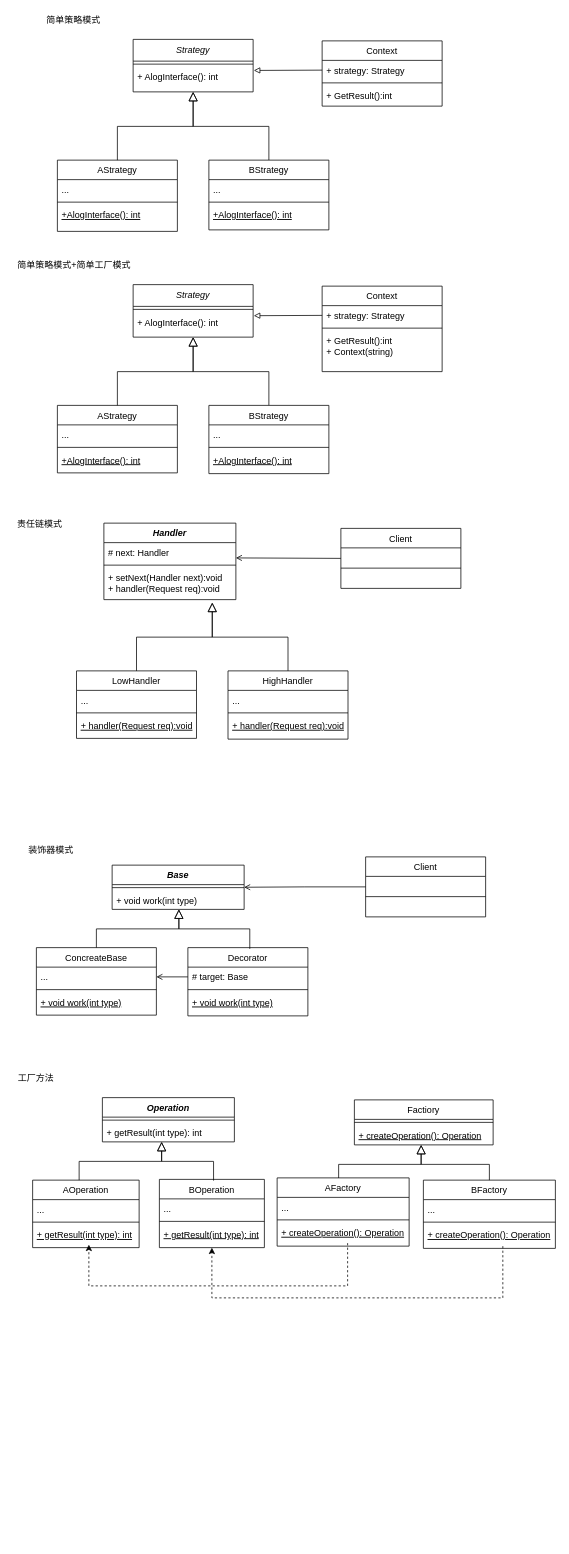
guozhaoxin/learning-notes keeps this draw.io diagram as pattern/设计模式.drawio. Above is the earlier version. Source tidied: cells renumbered, new cells numbered last; positions are measured from the earlier drawing's top-left corner, leaving out a move shared by most shapes. Both pictures are drawn from the tidied source at 75%, with x=0, y=0 at pixel (13, 13).
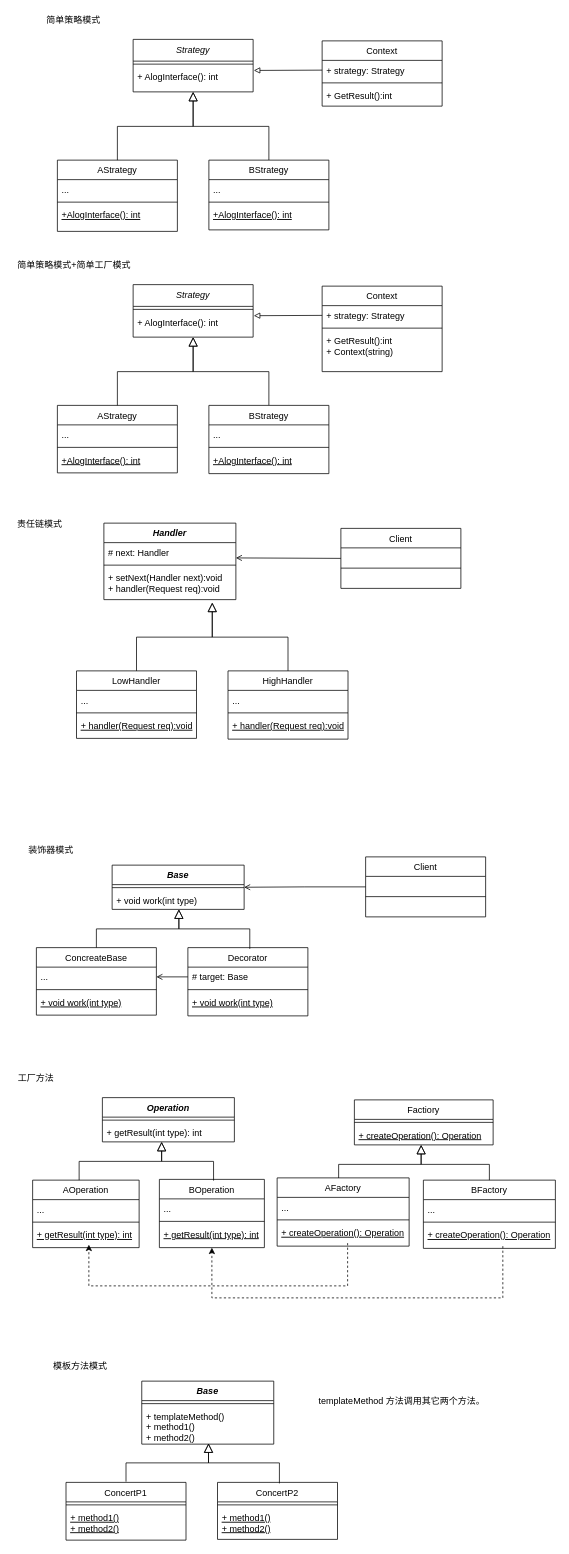
The same diagram, later.

Commit message (it also covers changes not shown here):
:construction: 模板方法模式

The edit, as a diff of the source:
```diff
@@
+    <mxCell id="105" value="Base" style="swimlane;fontStyle=3;align=center;verticalAlign=top;horizontal=1;startSize=26;swimlaneFillColor=default;" parent="1" vertex="1">
+      <mxGeometry x="171.5" y="1824" width="176" height="84" as="geometry" />
+    </mxCell>
+    <mxCell id="106" style="line;strokeWidth=1;fillColor=none;align=left;verticalAlign=middle;spacingTop=-1;spacingLeft=3;spacingRight=3;labelPosition=right;" parent="105" vertex="1">
+      <mxGeometry y="26" width="176" height="8" as="geometry" />
+    </mxCell>
+    <mxCell id="107" value="+ templateMethod()&#10;+ method1()&#10;+ method2()" style="text;strokeColor=none;fillColor=none;align=left;verticalAlign=top;spacingLeft=4;spacingRight=4;overflow=hidden;" parent="105" vertex="1">
+      <mxGeometry y="34" width="176" height="50" as="geometry" />
+    </mxCell>
+    <mxCell id="108" value="模板方法模式" style="text;html=1;align=center;verticalAlign=middle;strokeColor=none;fillColor=none;" parent="1" vertex="1">
+      <mxGeometry x="48" y="1795" width="82" height="18" as="geometry" />
+    </mxCell>
+    <mxCell id="109" value="ConcertP1" style="swimlane;fontStyle=0;align=center;verticalAlign=top;horizontal=1;startSize=26;rounded=0;shadow=0;strokeWidth=1;" parent="1" vertex="1">
+      <mxGeometry x="70.5" y="1959" width="160" height="77" as="geometry" />
+    </mxCell>
+    <mxCell id="110" style="line;html=1;strokeWidth=1;align=left;verticalAlign=middle;spacingTop=-1;spacingLeft=3;spacingRight=3;labelPosition=right;" parent="109" vertex="1">
+      <mxGeometry y="26" width="160" height="8" as="geometry" />
+    </mxCell>
+    <mxCell id="111" value="+ method1()&#10;+ method2()" style="text;align=left;verticalAlign=top;spacingLeft=4;spacingRight=4;overflow=hidden;fontStyle=4;" parent="109" vertex="1">
+      <mxGeometry y="34" width="160" height="40" as="geometry" />
+    </mxCell>
+    <mxCell id="112" value="ConcertP2" style="swimlane;fontStyle=0;align=center;verticalAlign=top;horizontal=1;startSize=26;rounded=0;shadow=0;strokeWidth=1;" parent="1" vertex="1">
+      <mxGeometry x="272.5" y="1959" width="160" height="76" as="geometry" />
+    </mxCell>
+    <mxCell id="113" style="line;html=1;strokeWidth=1;align=left;verticalAlign=middle;spacingTop=-1;spacingLeft=3;spacingRight=3;labelPosition=right;" parent="112" vertex="1">
+      <mxGeometry y="26" width="160" height="8" as="geometry" />
+    </mxCell>
+    <mxCell id="114" value="+ method1()&#10;+ method2()" style="text;align=left;verticalAlign=top;spacingLeft=4;spacingRight=4;overflow=hidden;fontStyle=4;" parent="112" vertex="1">
+      <mxGeometry y="34" width="160" height="42" as="geometry" />
+    </mxCell>
+    <mxCell id="115" style="endArrow=block;endSize=10;endFill=0;shadow=0;strokeWidth=1;rounded=0;edgeStyle=elbowEdgeStyle;elbow=vertical;" parent="1" edge="1">
+      <mxGeometry relative="1" as="geometry">
+        <mxPoint x="150.5" y="1958" as="sourcePoint" />
+        <mxPoint x="260.5" y="1907" as="targetPoint" />
+        <Array as="points">
+          <mxPoint x="230.5" y="1933" />
+        </Array>
+      </mxGeometry>
+    </mxCell>
+    <mxCell id="116" style="endArrow=block;endSize=10;endFill=0;shadow=0;strokeWidth=1;rounded=0;edgeStyle=elbowEdgeStyle;elbow=vertical;exitX=0.516;exitY=0.018;exitDx=0;exitDy=0;exitPerimeter=0;" parent="1" edge="1" source="112">
+      <mxGeometry relative="1" as="geometry">
+        <mxPoint x="260.5" y="1907" as="targetPoint" />
+        <Array as="points">
+          <mxPoint x="307.5" y="1933" />
+        </Array>
+      </mxGeometry>
+    </mxCell>
+    <mxCell id="117" value="templateMethod 方法调用其它两个方法。" style="text;html=1;align=center;verticalAlign=middle;strokeColor=none;fillColor=none;" parent="1" vertex="1">
+      <mxGeometry x="402" y="1842" width="231" height="18" as="geometry" />
+    </mxCell>
```
